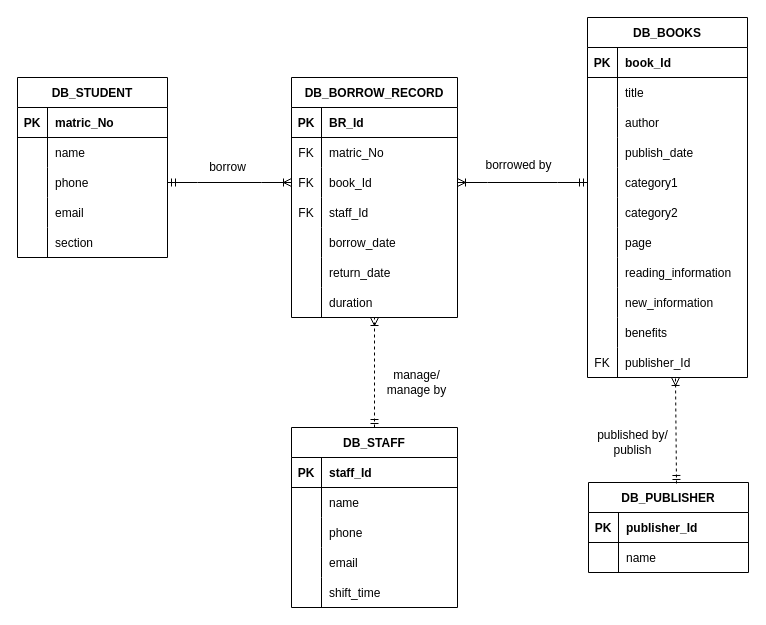
Before: page "Page-1" (1 of 2) of Exercise1ClassDiagram.drawio in abby18abby/week-2-class-diagram, a draw.io diagram. Source tidied: cells renumbered, new cells numbered last; positions are measured from the earlier drawing's top-left corner, leaving out a move shared by most shapes. Both pictures are drawn from the tidied source at 100%, with x=0, y=0 at pixel (17, 17).
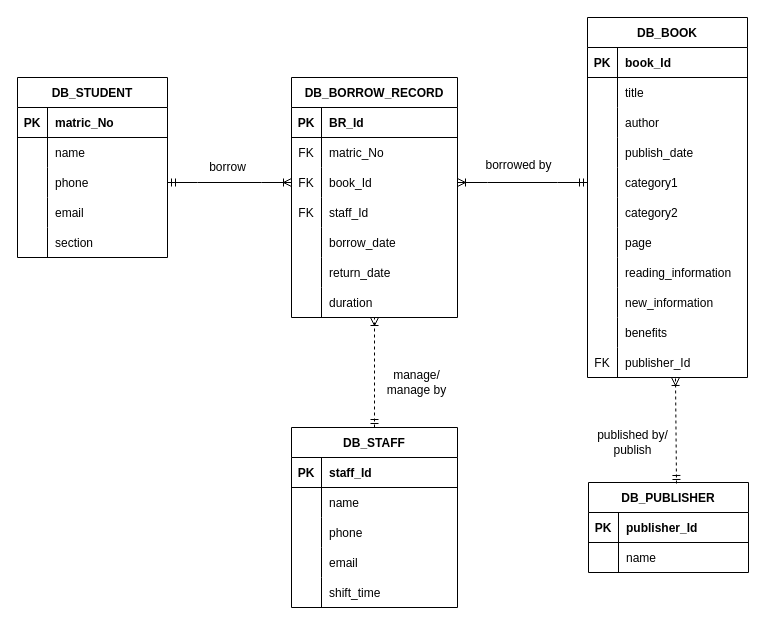
Above is the later version.

The edit, as a diff of the source:
```diff
@@
-    <mxCell id="40" value="DB_BOOKS" style="shape=table;startSize=30;childLayout=tableLayout;rowLines=0;fontStyle=1;align=center;" parent="1" vertex="1">
+    <mxCell id="40" value="DB_BOOK" style="shape=table;startSize=30;childLayout=tableLayout;rowLines=0;fontStyle=1;align=center;" parent="1" vertex="1">
       <mxGeometry x="570" width="160" height="360" as="geometry" />
     </mxCell>
```
